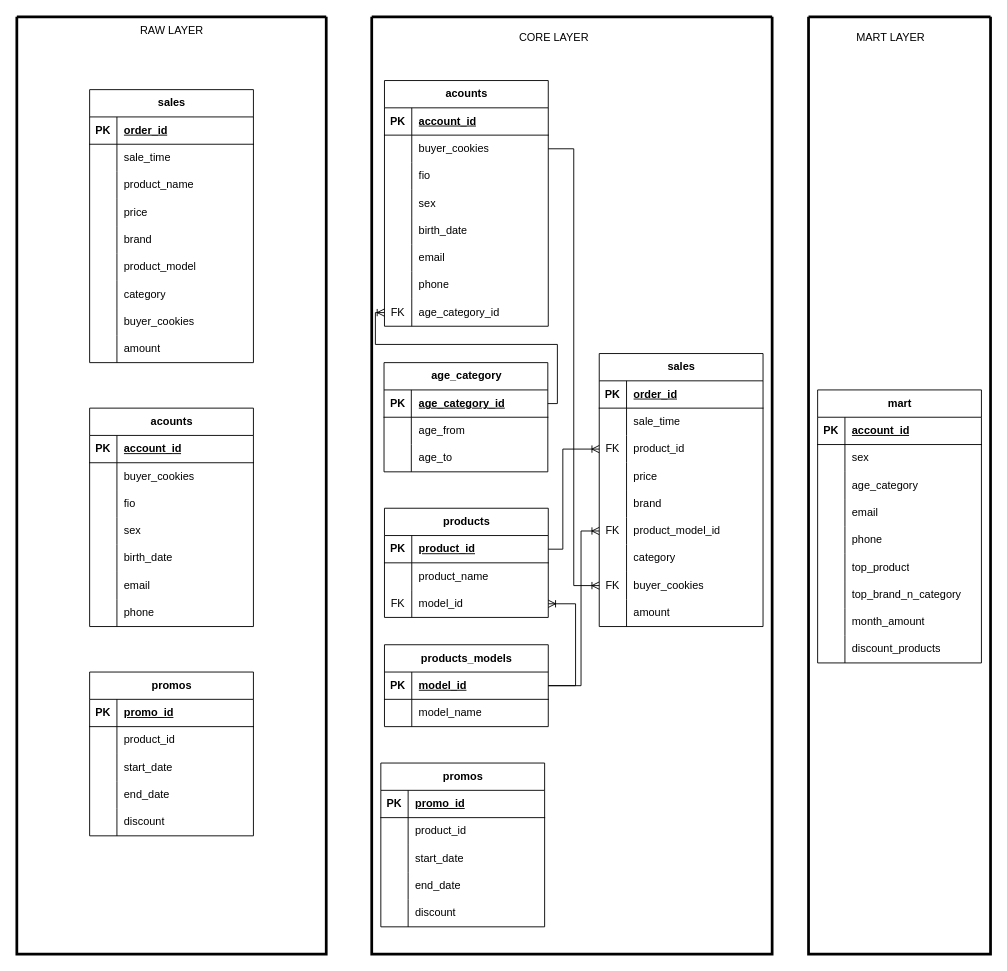
This is Диаграмма слоев.drawio from OlegVDE/2.6_dwh_architect, a draw.io file, before an edit. Source tidied: cells renumbered, new cells numbered last; positions are measured from the earlier drawing's top-left corner, leaving out a move shared by most shapes. Both pictures are drawn from the tidied source at 91%, with x=0, y=0 at pixel (16, 16).
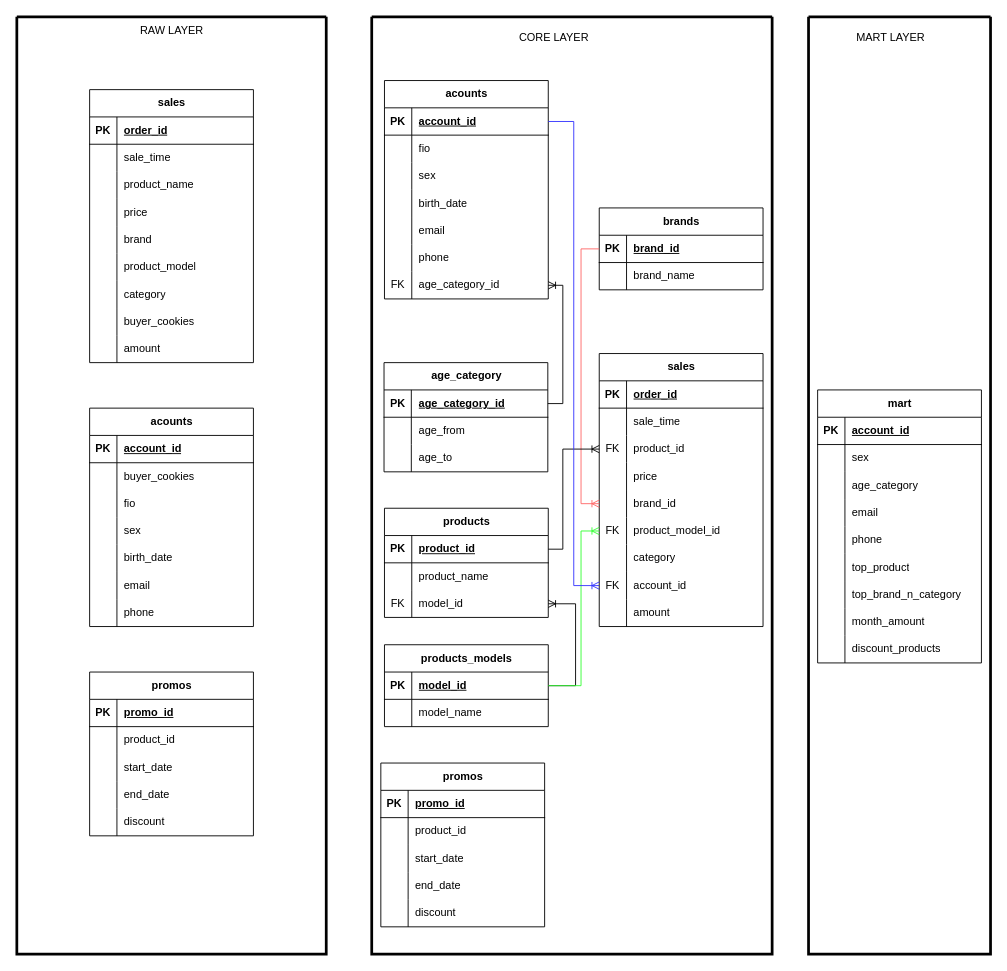
After the change.

Unchanged cells that the change refers to:
```xml
<mxCell id="99" style="shape=tableRow;horizontal=0;startSize=0;swimlaneHead=0;swimlaneBody=0;fillColor=none;points=[[0,0.5],[1,0.5]];portConstraint=eastwest;top=0;left=0;right=0;bottom=1;" parent="98" vertex="1">
  <mxGeometry y="30" width="180" height="30" as="geometry" />
</mxCell>
<mxCell id="109" style="shape=tableRow;horizontal=0;startSize=0;swimlaneHead=0;swimlaneBody=0;fillColor=none;points=[[0,0.5],[1,0.5]];portConstraint=eastwest;top=0;left=0;right=0;bottom=1;" parent="108" vertex="1">
  <mxGeometry y="30" width="180" height="30" as="geometry" />
</mxCell>
<mxCell id="144" style="shape=tableRow;horizontal=0;startSize=0;swimlaneHead=0;swimlaneBody=0;fillColor=none;points=[[0,0.5],[1,0.5]];portConstraint=eastwest;top=0;left=0;right=0;bottom=1;" parent="143" vertex="1">
  <mxGeometry y="30" width="180" height="30" as="geometry" />
</mxCell>
<mxCell id="166" style="swimlane;startSize=0;strokeWidth=3;" parent="1" vertex="1">
  <mxGeometry x="390" width="440" height="1030" as="geometry" />
</mxCell>
<mxCell id="180" style="shape=tableRow;horizontal=0;startSize=0;swimlaneHead=0;swimlaneBody=0;fillColor=none;points=[[0,0.5],[1,0.5]];portConstraint=eastwest;top=0;left=0;right=0;bottom=0;" parent="167" vertex="1">
  <mxGeometry y="150" width="180" height="30" as="geometry" />
</mxCell>
<mxCell id="183" style="shape=tableRow;horizontal=0;startSize=0;swimlaneHead=0;swimlaneBody=0;fillColor=none;points=[[0,0.5],[1,0.5]];portConstraint=eastwest;top=0;left=0;right=0;bottom=0;" parent="167" vertex="1">
  <mxGeometry y="180" width="180" height="30" as="geometry" />
</mxCell>
<mxCell id="189" style="shape=tableRow;horizontal=0;startSize=0;swimlaneHead=0;swimlaneBody=0;fillColor=none;points=[[0,0.5],[1,0.5]];portConstraint=eastwest;top=0;left=0;right=0;bottom=0;" parent="167" vertex="1">
  <mxGeometry y="240" width="180" height="30" as="geometry" />
</mxCell>
```

What changed in the source:
```diff
@@
     <mxCell id="108" value="acounts" style="shape=table;startSize=30;childLayout=tableLayout;rowLines=0;fontStyle=1;align=center;html=1;" parent="1" vertex="1">
-      <mxGeometry x="404" y="70" width="180" height="270" as="geometry" />
+      <mxGeometry x="404" y="70" width="180" height="240" as="geometry" />
     </mxCell>
@@
-    <mxCell id="112" style="shape=tableRow;horizontal=0;startSize=0;swimlaneHead=0;swimlaneBody=0;fillColor=none;points=[[0,0.5],[1,0.5]];portConstraint=eastwest;top=0;left=0;right=0;bottom=0;" parent="108" vertex="1">
-      <mxGeometry y="60" width="180" height="30" as="geometry" />
-    </mxCell>
-    <mxCell id="113" style="shape=partialRectangle;fillColor=none;top=0;left=0;bottom=0;right=0;overflow=hidden;whiteSpace=wrap;html=1;" parent="112" vertex="1">
-      <mxGeometry width="30" height="30" as="geometry" />
-    </mxCell>
-    <mxCell id="114" value="buyer_cookies" style="shape=partialRectangle;fillColor=none;top=0;left=0;bottom=0;right=0;align=left;spacingLeft=6;overflow=hidden;whiteSpace=wrap;html=1;" parent="112" vertex="1">
-      <mxGeometry x="30" width="150" height="30" as="geometry" />
-    </mxCell>
     <mxCell id="115" style="shape=tableRow;horizontal=0;startSize=0;swimlaneHead=0;swimlaneBody=0;fillColor=none;top=0;left=0;right=0;bottom=0;" parent="108" vertex="1">
-      <mxGeometry y="90" width="180" height="30" as="geometry" />
+      <mxGeometry y="60" width="180" height="30" as="geometry" />
     </mxCell>
@@
     <mxCell id="118" style="shape=tableRow;horizontal=0;startSize=0;swimlaneHead=0;swimlaneBody=0;fillColor=none;top=0;left=0;right=0;bottom=0;" parent="108" vertex="1">
-      <mxGeometry y="120" width="180" height="30" as="geometry" />
+      <mxGeometry y="90" width="180" height="30" as="geometry" />
     </mxCell>
@@
     <mxCell id="121" style="shape=tableRow;horizontal=0;startSize=0;swimlaneHead=0;swimlaneBody=0;fillColor=none;top=0;left=0;right=0;bottom=0;" parent="108" vertex="1">
-      <mxGeometry y="150" width="180" height="30" as="geometry" />
+      <mxGeometry y="120" width="180" height="30" as="geometry" />
     </mxCell>
@@
     <mxCell id="124" style="shape=tableRow;horizontal=0;startSize=0;swimlaneHead=0;swimlaneBody=0;fillColor=none;top=0;left=0;right=0;bottom=0;" parent="108" vertex="1">
-      <mxGeometry y="180" width="180" height="30" as="geometry" />
+      <mxGeometry y="150" width="180" height="30" as="geometry" />
     </mxCell>
@@
     <mxCell id="127" style="shape=tableRow;horizontal=0;startSize=0;swimlaneHead=0;swimlaneBody=0;fillColor=none;top=0;left=0;right=0;bottom=0;" parent="108" vertex="1">
-      <mxGeometry y="210" width="180" height="30" as="geometry" />
+      <mxGeometry y="180" width="180" height="30" as="geometry" />
     </mxCell>
@@
     <mxCell id="130" style="shape=tableRow;horizontal=0;startSize=0;swimlaneHead=0;swimlaneBody=0;fillColor=none;points=[[0,0.5],[1,0.5]];portConstraint=eastwest;top=0;left=0;right=0;bottom=0;" parent="108" vertex="1">
-      <mxGeometry y="240" width="180" height="30" as="geometry" />
+      <mxGeometry y="210" width="180" height="30" as="geometry" />
     </mxCell>
@@
-    <mxCell id="182" value="brand" style="shape=partialRectangle;fillColor=none;top=0;left=0;bottom=0;right=0;align=left;spacingLeft=6;overflow=hidden;whiteSpace=wrap;html=1;" parent="180" vertex="1">
+    <mxCell id="182" value="brand_id" style="shape=partialRectangle;fillColor=none;top=0;left=0;bottom=0;right=0;align=left;spacingLeft=6;overflow=hidden;whiteSpace=wrap;html=1;" parent="180" vertex="1">
       <mxGeometry x="30" width="150" height="30" as="geometry" />
     </mxCell>
@@
-    <mxCell id="191" value="buyer_cookies" style="shape=partialRectangle;fillColor=none;top=0;left=0;bottom=0;right=0;align=left;spacingLeft=6;overflow=hidden;whiteSpace=wrap;html=1;" parent="189" vertex="1">
+    <mxCell id="191" value="account_id" style="shape=partialRectangle;fillColor=none;top=0;left=0;bottom=0;right=0;align=left;spacingLeft=6;overflow=hidden;whiteSpace=wrap;html=1;" parent="189" vertex="1">
       <mxGeometry x="30" width="150" height="30" as="geometry" />
     </mxCell>
@@
+    <mxCell id="203" value="brands" style="shape=table;startSize=30;childLayout=tableLayout;rowLines=0;fontStyle=1;align=center;html=1;" parent="166" vertex="1">
+      <mxGeometry x="250" y="210" width="180" height="90" as="geometry" />
+    </mxCell>
+    <mxCell id="204" style="shape=tableRow;horizontal=0;startSize=0;swimlaneHead=0;swimlaneBody=0;fillColor=none;points=[[0,0.5],[1,0.5]];portConstraint=eastwest;top=0;left=0;right=0;bottom=1;" parent="203" vertex="1">
+      <mxGeometry y="30" width="180" height="30" as="geometry" />
+    </mxCell>
+    <mxCell id="205" value="PK" style="shape=partialRectangle;fillColor=none;top=0;left=0;bottom=0;right=0;fontStyle=1;overflow=hidden;whiteSpace=wrap;html=1;" parent="204" vertex="1">
+      <mxGeometry width="30" height="30" as="geometry" />
+    </mxCell>
+    <mxCell id="206" value="brand_id" style="shape=partialRectangle;fillColor=none;top=0;left=0;bottom=0;right=0;align=left;spacingLeft=6;fontStyle=5;overflow=hidden;whiteSpace=wrap;html=1;" parent="204" vertex="1">
+      <mxGeometry x="30" width="150" height="30" as="geometry" />
+    </mxCell>
+    <mxCell id="112" style="shape=tableRow;horizontal=0;startSize=0;swimlaneHead=0;swimlaneBody=0;fillColor=none;points=[[0,0.5],[1,0.5]];portConstraint=eastwest;top=0;left=0;right=0;bottom=0;" parent="203" vertex="1">
+      <mxGeometry y="60" width="180" height="30" as="geometry" />
+    </mxCell>
+    <mxCell id="113" style="shape=partialRectangle;fillColor=none;top=0;left=0;bottom=0;right=0;overflow=hidden;whiteSpace=wrap;html=1;" parent="112" vertex="1">
+      <mxGeometry width="30" height="30" as="geometry" />
+    </mxCell>
+    <mxCell id="207" value="brand_name" style="shape=partialRectangle;fillColor=none;top=0;left=0;bottom=0;right=0;align=left;spacingLeft=6;overflow=hidden;whiteSpace=wrap;html=1;" parent="112" vertex="1">
+      <mxGeometry x="30" width="150" height="30" as="geometry" />
+    </mxCell>
+    <mxCell id="208" style="edgeStyle=orthogonalEdgeStyle;fontSize=12;html=1;endArrow=ERoneToMany;rounded=0;entryX=0;entryY=0.5;entryDx=0;entryDy=0;exitX=0;exitY=0.5;exitDx=0;exitDy=0;fillColor=#f8cecc;strokeColor=#FF6666;" parent="166" edge="1" source="204" target="180">
+      <mxGeometry relative="1" as="geometry">
+        <Array as="points">
+          <mxPoint x="230" y="255" />
+          <mxPoint x="230" y="535" />
+        </Array>
+      </mxGeometry>
+    </mxCell>
@@
-    <mxCell id="200" style="edgeStyle=orthogonalEdgeStyle;fontSize=12;html=1;endArrow=ERoneToMany;rounded=0;exitX=1;exitY=0.5;exitDx=0;exitDy=0;entryX=0;entryY=0.5;entryDx=0;entryDy=0;" parent="1" edge="1" source="144" target="183">
+    <mxCell id="200" style="edgeStyle=orthogonalEdgeStyle;fontSize=12;html=1;endArrow=ERoneToMany;rounded=0;exitX=1;exitY=0.5;exitDx=0;exitDy=0;entryX=0;entryY=0.5;entryDx=0;entryDy=0;strokeColor=#33FF33;" parent="1" edge="1" source="144" target="183">
       <mxGeometry relative="1" as="geometry">
         <Array as="points">
           <mxPoint x="620" y="735" />
           <mxPoint x="620" y="565" />
         </Array>
       </mxGeometry>
     </mxCell>
-    <mxCell id="201" style="edgeStyle=orthogonalEdgeStyle;fontSize=12;html=1;endArrow=ERoneToMany;rounded=0;entryX=0;entryY=0.5;entryDx=0;entryDy=0;" parent="1" edge="1" source="112" target="189">
+    <mxCell id="201" style="edgeStyle=orthogonalEdgeStyle;fontSize=12;html=1;endArrow=ERoneToMany;rounded=0;entryX=0;entryY=0.5;entryDx=0;entryDy=0;exitX=1;exitY=0.5;exitDx=0;exitDy=0;strokeColor=#3333FF;" parent="1" edge="1" source="109" target="189">
       <mxGeometry relative="1" as="geometry" />
     </mxCell>
-    <mxCell id="202" style="edgeStyle=orthogonalEdgeStyle;fontSize=12;html=1;endArrow=ERoneToMany;rounded=0;" parent="1" edge="1" source="99" target="130">
+    <mxCell id="202" style="edgeStyle=orthogonalEdgeStyle;fontSize=12;html=1;endArrow=ERoneToMany;rounded=0;entryX=1;entryY=0.5;entryDx=0;entryDy=0;" parent="1" edge="1" source="99" target="130">
       <mxGeometry relative="1" as="geometry">
         <Array as="points">
-          <mxPoint x="594" y="425" />
-          <mxPoint x="594" y="360" />
-          <mxPoint x="394" y="360" />
-          <mxPoint x="394" y="325" />
+          <mxPoint x="600" y="425" />
+          <mxPoint x="600" y="295" />
         </Array>
       </mxGeometry>
     </mxCell>
```
